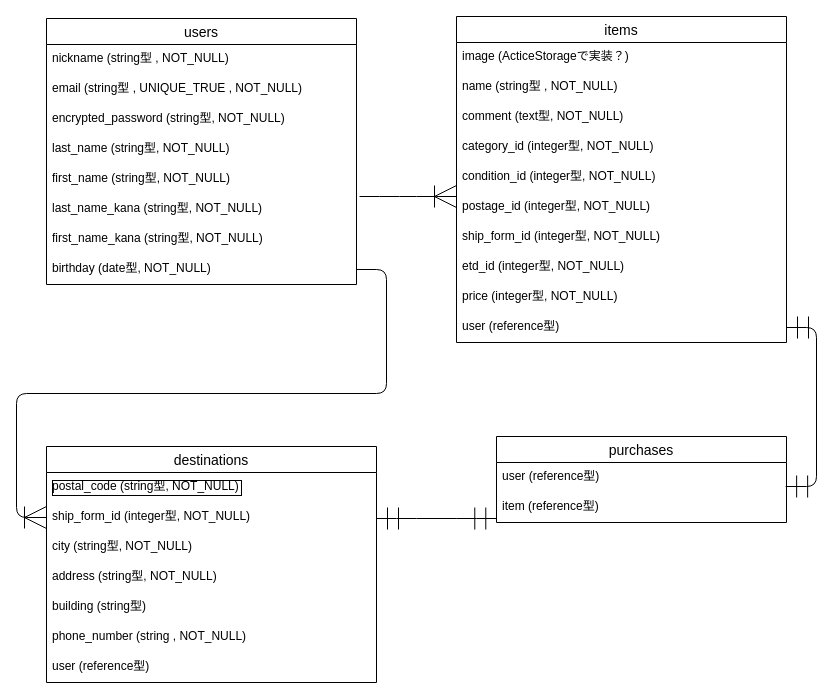
Earlier version of the draw.io diagram config/furima-34845.dio (tn-0214/furima-34845). Source tidied: cells renumbered, new cells numbered last; positions are measured from the earlier drawing's top-left corner, leaving out a move shared by most shapes. Both pictures are drawn from the tidied source at 100%, with x=0, y=0 at pixel (46, 16).
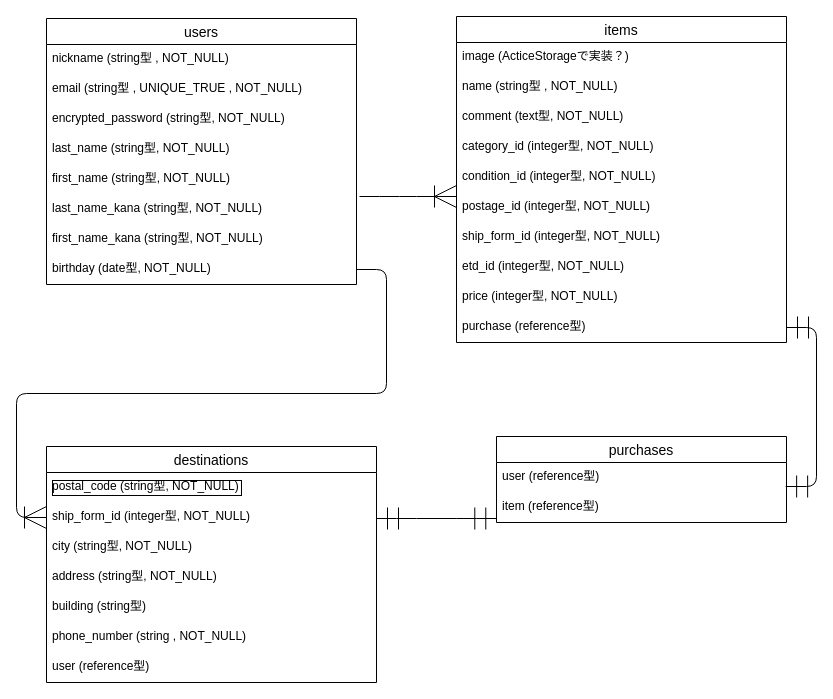
The same diagram, later.

The change refers to these unchanged cells:
```xml
<mxCell id="11" value="items" style="swimlane;fontStyle=0;horizontal=1;startSize=26;align=center;fontSize=14;" parent="1" vertex="1">
  <mxGeometry x="410" width="330" height="326" as="geometry" />
</mxCell>
```

Diff of the diagram source:
```diff
@@
-    <mxCell id="21" value="user (reference型)" style="text;strokeColor=none;fillColor=none;spacingLeft=4;spacingRight=4;overflow=hidden;points=[[0,0.5],[1,0.5]];portConstraint=eastwest;fontSize=12;" parent="11" vertex="1">
+    <mxCell id="21" value="purchase (reference型)" style="text;strokeColor=none;fillColor=none;spacingLeft=4;spacingRight=4;overflow=hidden;points=[[0,0.5],[1,0.5]];portConstraint=eastwest;fontSize=12;" parent="11" vertex="1">
       <mxGeometry y="296" width="330" height="30" as="geometry" />
     </mxCell>
```
